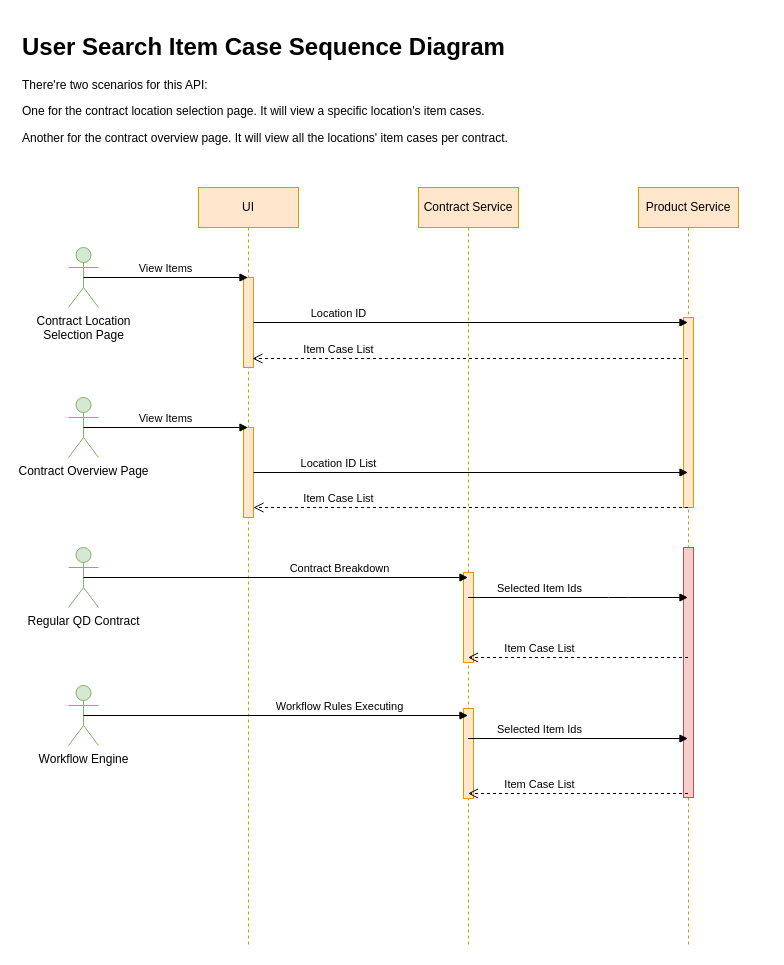
Before: item&location search api sequence diagram.drawio in dajin-kingland/UMLdiagrams, a draw.io diagram. Source tidied: cells renumbered, new cells numbered last; positions are measured from the earlier drawing's top-left corner, leaving out a move shared by most shapes. Both pictures are drawn from the tidied source at 100%, with x=0, y=0 at pixel (17, 27).
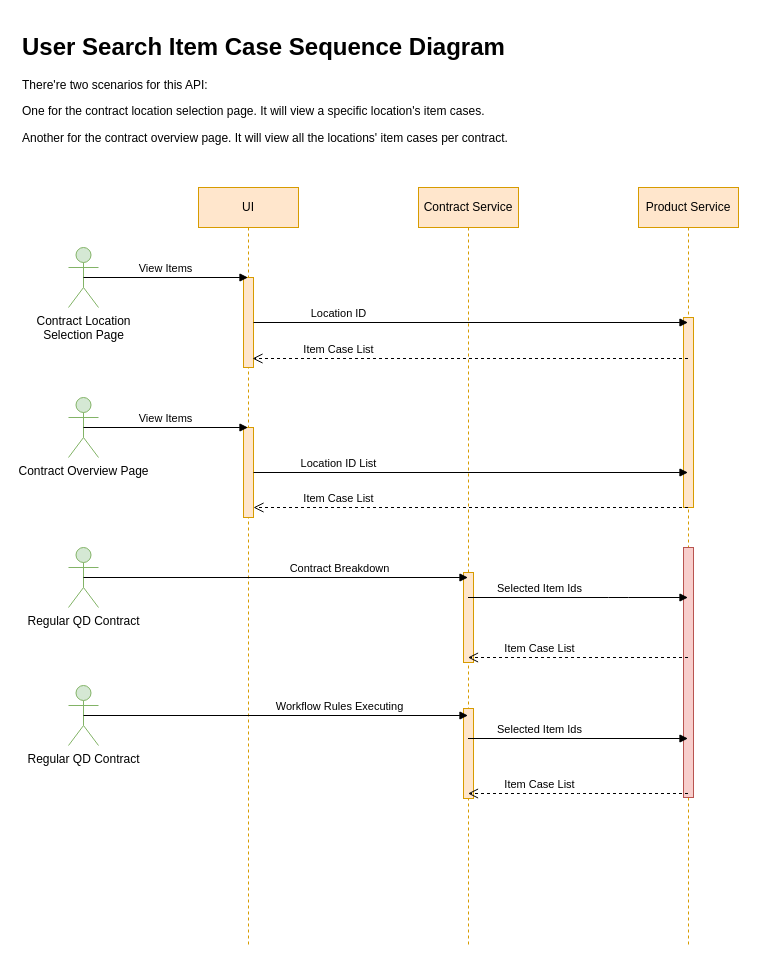
Above is the later version.

Diff of the diagram source:
```diff
@@
-    <mxCell id="24" value="Workflow Engine" style="shape=umlActor;verticalLabelPosition=bottom;verticalAlign=top;html=1;fillColor=#d5e8d4;strokeColor=#82b366;" parent="1" vertex="1">
+    <mxCell id="24" value="Regular QD Contract" style="shape=umlActor;verticalLabelPosition=bottom;verticalAlign=top;html=1;fillColor=#d5e8d4;strokeColor=#82b366;" parent="1" vertex="1">
       <mxGeometry x="51" y="658" width="30" height="60" as="geometry" />
     </mxCell>
```
